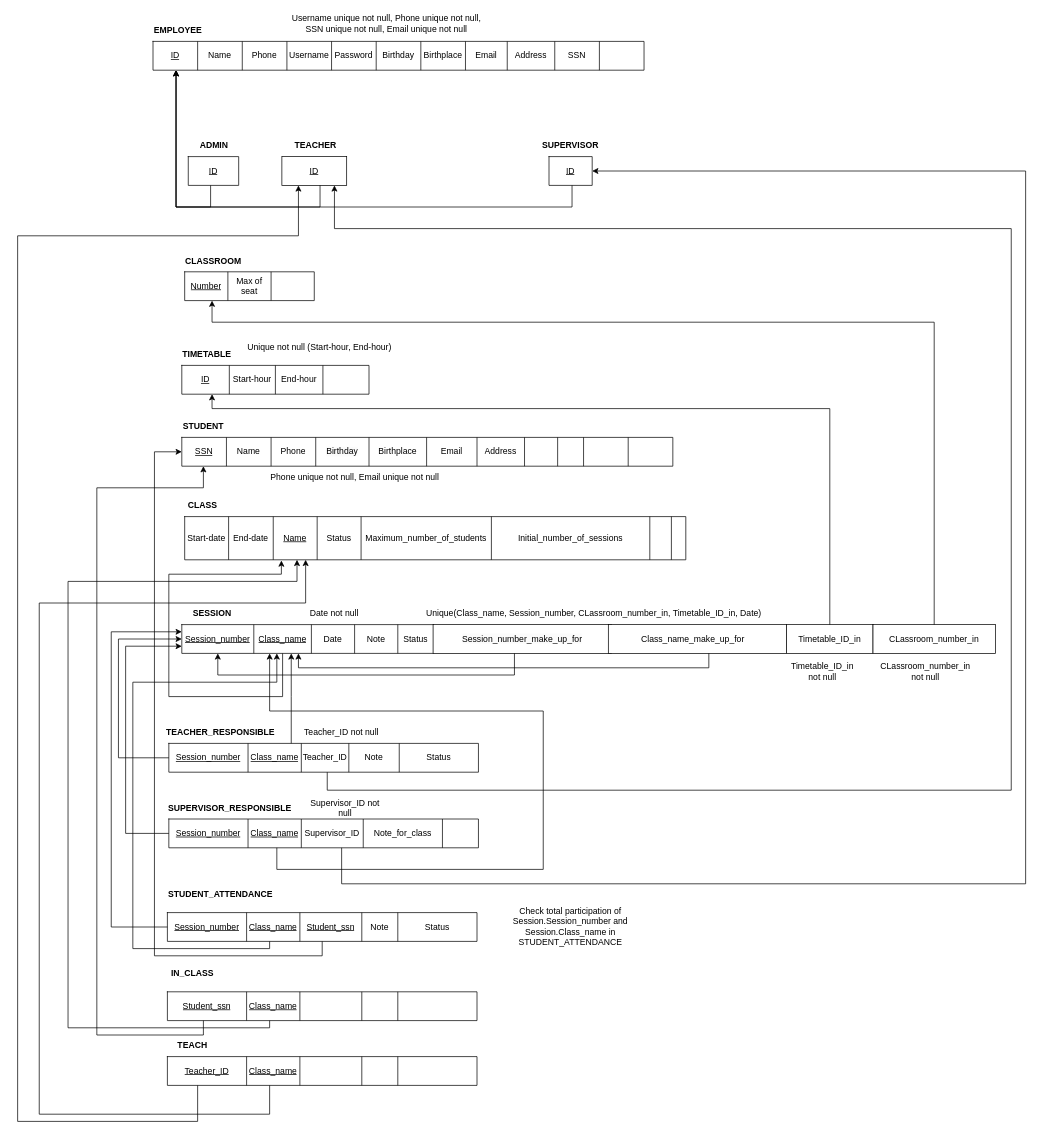
The draw.io diagram Week 3/Mapping.drawio in astr0tas/English-Center-Attendance-Check, before the edit. Source tidied: cells renumbered, new cells numbered last; positions are measured from the earlier drawing's top-left corner, leaving out a move shared by most shapes. Both pictures are drawn from the tidied source at 72%, with x=0, y=0 at pixel (17, 12).
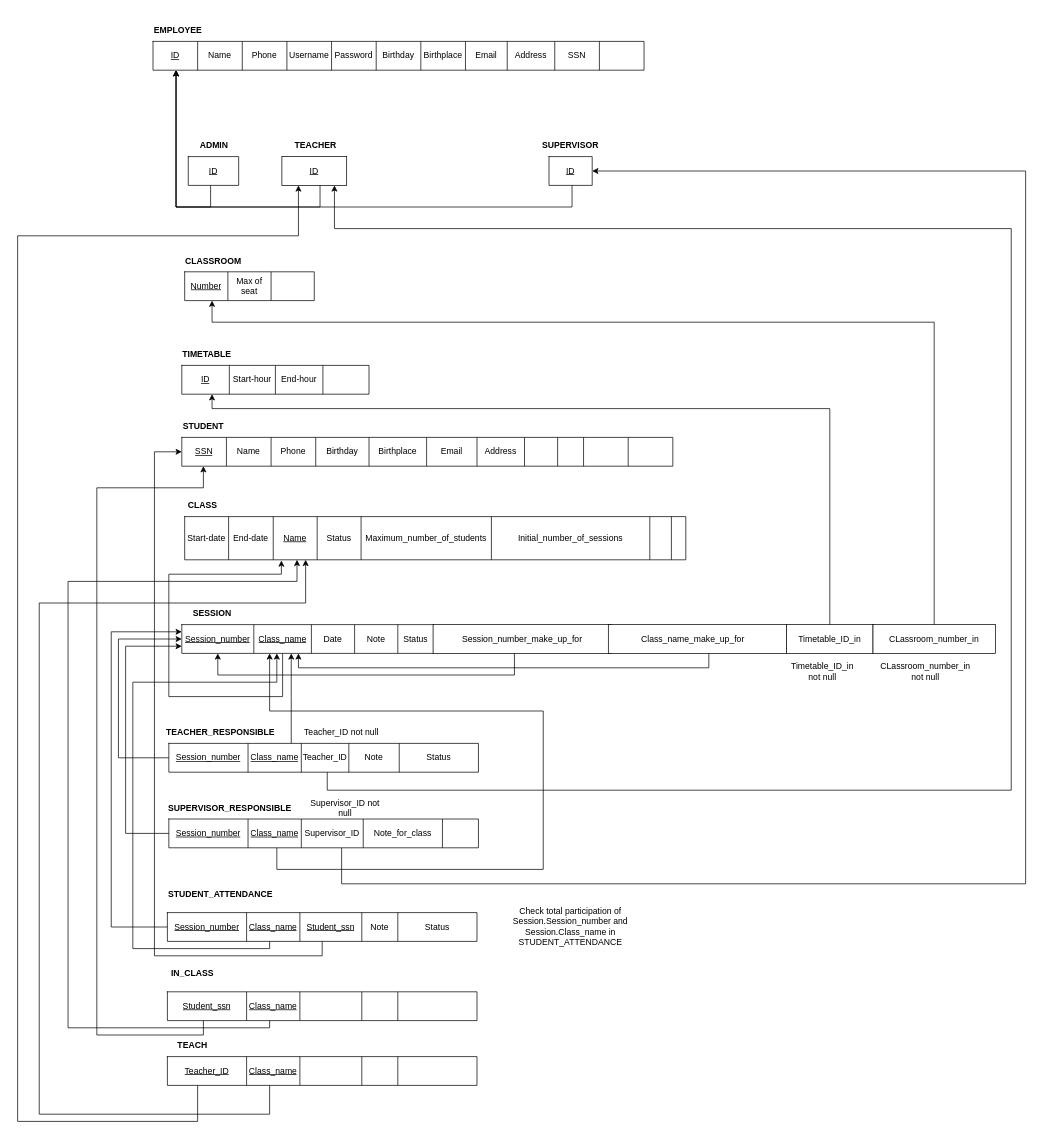
Above is the later version.

The edit, as a diff of the source:
```diff
@@
-    <mxCell id="130" value="Username unique not null, Phone unique not null, SSN unique not null, Email unique not null" style="text;html=1;strokeColor=none;fillColor=none;align=center;verticalAlign=middle;whiteSpace=wrap;rounded=0;" parent="1" vertex="1">
-      <mxGeometry x="375" width="275" height="30" as="geometry" />
-    </mxCell>
-    <mxCell id="131" value="Unique not null (Start-hour, End-hour)" style="text;html=1;strokeColor=none;fillColor=none;align=center;verticalAlign=middle;whiteSpace=wrap;rounded=0;" parent="1" vertex="1">
-      <mxGeometry x="288" y="450" width="263" height="30" as="geometry" />
-    </mxCell>
-    <mxCell id="132" value="Phone unique not null, Email unique not null" style="text;html=1;strokeColor=none;fillColor=none;align=center;verticalAlign=middle;whiteSpace=wrap;rounded=0;" parent="1" vertex="1">
-      <mxGeometry x="336.5" y="630" width="263" height="30" as="geometry" />
-    </mxCell>
@@
-    <mxCell id="138" value="Unique(Class_name, Session_number, CLassroom_number_in, Timetable_ID_in, Date)" style="text;html=1;strokeColor=none;fillColor=none;align=center;verticalAlign=middle;whiteSpace=wrap;rounded=0;" parent="1" vertex="1">
-      <mxGeometry x="551" y="820" width="499" height="30" as="geometry" />
-    </mxCell>
@@
-    <mxCell id="141" value="Date not null" style="text;html=1;strokeColor=none;fillColor=none;align=center;verticalAlign=middle;whiteSpace=wrap;rounded=0;" parent="1" vertex="1">
-      <mxGeometry x="390" y="820" width="100" height="30" as="geometry" />
-    </mxCell>
```
